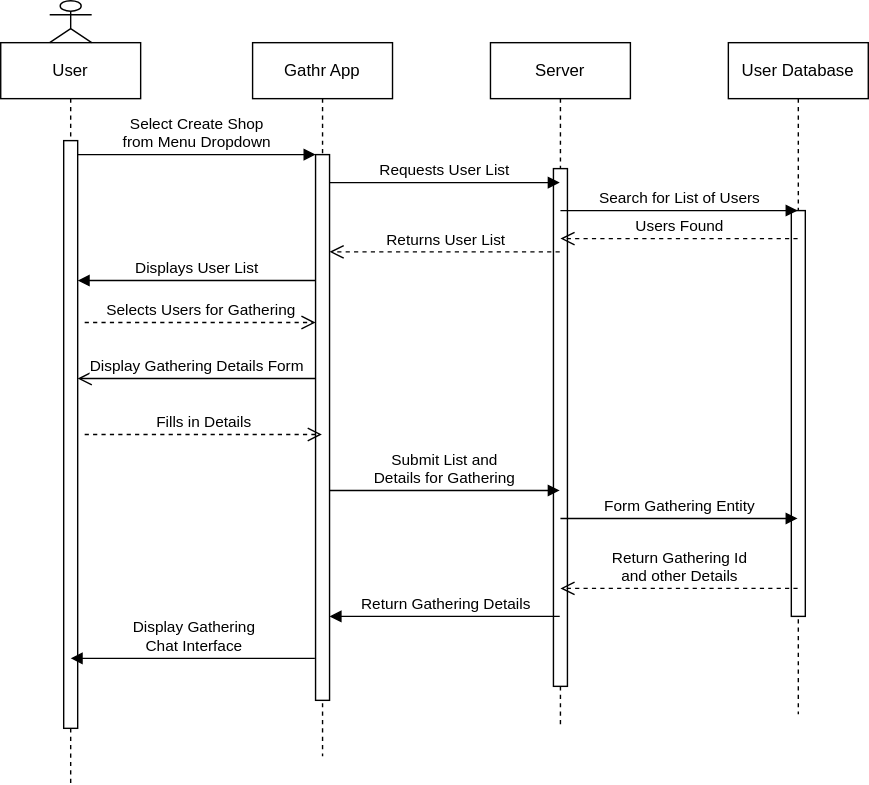
Earlier version of the draw.io export Creating a Shop Sequential Diagram.drawio.svg (Adama-merson/UML-Diagrams). Source tidied: cells renumbered, new cells last; positions are measured from the earlier drawing's top-left corner, leaving out a move shared by most shapes. Source of this version:
```xml
<mxGraphModel>
  <root>
    <mxCell id="0" />
    <mxCell id="1" parent="0" />
    <mxCell id="2" value="User" style="shape=umlLifeline;perimeter=lifelinePerimeter;whiteSpace=wrap;html=1;newEdgeStyle={&quot;edgeStyle&quot;:&quot;elbowEdgeStyle&quot;,&quot;elbow&quot;:&quot;vertical&quot;,&quot;curved&quot;:0,&quot;rounded&quot;:0};" parent="1" vertex="1">
      <mxGeometry y="30" width="100" height="530" as="geometry" />
    </mxCell>
    <mxCell id="3" style="html=1;points=[];perimeter=orthogonalPerimeter;outlineConnect=0;targetShapes=umlLifeline;portConstraint=eastwest;newEdgeStyle={&quot;edgeStyle&quot;:&quot;elbowEdgeStyle&quot;,&quot;elbow&quot;:&quot;vertical&quot;,&quot;curved&quot;:0,&quot;rounded&quot;:0};" parent="2" vertex="1">
      <mxGeometry x="45" y="70" width="10" height="420" as="geometry" />
    </mxCell>
    <mxCell id="4" value="Gathr App" style="shape=umlLifeline;perimeter=lifelinePerimeter;whiteSpace=wrap;html=1;outlineConnect=0;portConstraint=eastwest;newEdgeStyle={&quot;edgeStyle&quot;:&quot;elbowEdgeStyle&quot;,&quot;elbow&quot;:&quot;vertical&quot;,&quot;curved&quot;:0,&quot;rounded&quot;:0};" parent="1" vertex="1">
      <mxGeometry x="180" y="30" width="100" height="510" as="geometry" />
    </mxCell>
    <mxCell id="5" style="html=1;points=[];perimeter=orthogonalPerimeter;outlineConnect=0;targetShapes=umlLifeline;portConstraint=eastwest;newEdgeStyle={&quot;edgeStyle&quot;:&quot;elbowEdgeStyle&quot;,&quot;elbow&quot;:&quot;vertical&quot;,&quot;curved&quot;:0,&quot;rounded&quot;:0};" parent="4" vertex="1">
      <mxGeometry x="45" y="80" width="10" height="390" as="geometry" />
    </mxCell>
    <mxCell id="6" value="Select Create Shop &lt;br&gt;from Menu Dropdown" style="html=1;verticalAlign=bottom;endArrow=block;edgeStyle=elbowEdgeStyle;elbow=vertical;curved=0;rounded=0;" parent="1" edge="1" source="3" target="5">
      <mxGeometry relative="1" as="geometry">
        <Array as="points">
          <mxPoint x="140" y="110" />
        </Array>
      </mxGeometry>
    </mxCell>
    <mxCell id="7" value="Display Gathering Details Form" style="html=1;verticalAlign=bottom;endArrow=open;dashed=0;endSize=8;edgeStyle=elbowEdgeStyle;elbow=vertical;curved=0;rounded=0;" parent="1" edge="1" source="5" target="3">
      <mxGeometry relative="1" as="geometry">
        <Array as="points">
          <mxPoint x="150" y="270" />
        </Array>
      </mxGeometry>
    </mxCell>
    <mxCell id="8" value="Displays User List" style="html=1;verticalAlign=bottom;endArrow=block;edgeStyle=elbowEdgeStyle;elbow=vertical;curved=0;rounded=0;" parent="1" edge="1">
      <mxGeometry relative="1" as="geometry">
        <mxPoint x="225" y="200" as="sourcePoint" />
        <mxPoint x="55" y="200" as="targetPoint" />
        <Array as="points">
          <mxPoint x="150" y="200" />
        </Array>
      </mxGeometry>
    </mxCell>
    <mxCell id="9" value="Selects Users for Gathering" style="html=1;verticalAlign=bottom;endArrow=open;dashed=1;endSize=8;edgeStyle=elbowEdgeStyle;elbow=vertical;curved=0;rounded=0;" parent="1" edge="1">
      <mxGeometry relative="1" as="geometry">
        <mxPoint x="60" y="230" as="sourcePoint" />
        <mxPoint x="225" y="230" as="targetPoint" />
        <Array as="points">
          <mxPoint x="140" y="230" />
        </Array>
      </mxGeometry>
    </mxCell>
    <mxCell id="10" style="shape=umlActor;verticalLabelPosition=bottom;verticalAlign=top;html=1;" parent="1" vertex="1">
      <mxGeometry x="35" width="30" height="30" as="geometry" />
    </mxCell>
    <mxCell id="11" value="Server" style="shape=umlLifeline;perimeter=lifelinePerimeter;whiteSpace=wrap;html=1;outlineConnect=0;portConstraint=eastwest;newEdgeStyle={&quot;curved&quot;:0,&quot;rounded&quot;:0};" parent="1" vertex="1">
      <mxGeometry x="350" y="30" width="100" height="490" as="geometry" />
    </mxCell>
    <mxCell id="12" style="html=1;perimeter=orthogonalPerimeter;targetShapes=umlLifeline;newEdgeStyle={&quot;curved&quot;:0,&quot;rounded&quot;:0};" parent="11" vertex="1">
      <mxGeometry x="45" y="90" width="10" height="370" as="geometry" />
    </mxCell>
    <mxCell id="13" value="Requests User List" style="html=1;verticalAlign=bottom;endArrow=block;curved=0;rounded=0;" parent="1" edge="1">
      <mxGeometry relative="1" as="geometry">
        <mxPoint x="235" y="130" as="sourcePoint" />
        <mxPoint x="399.5" y="130" as="targetPoint" />
      </mxGeometry>
    </mxCell>
    <mxCell id="14" value="Returns User List" style="html=1;verticalAlign=bottom;endArrow=open;dashed=1;endSize=8;curved=0;rounded=0;" parent="1" edge="1">
      <mxGeometry relative="1" as="geometry">
        <mxPoint x="399.5" y="179.5" as="sourcePoint" />
        <mxPoint x="235" y="179.5" as="targetPoint" />
      </mxGeometry>
    </mxCell>
    <mxCell id="15" value="User Database" style="shape=umlLifeline;perimeter=lifelinePerimeter;whiteSpace=wrap;html=1;outlineConnect=0;portConstraint=eastwest;newEdgeStyle={&quot;curved&quot;:0,&quot;rounded&quot;:0};" parent="1" vertex="1">
      <mxGeometry x="520" y="30" width="100" height="480" as="geometry" />
    </mxCell>
    <mxCell id="16" style="html=1;perimeter=orthogonalPerimeter;targetShapes=umlLifeline;newEdgeStyle={&quot;curved&quot;:0,&quot;rounded&quot;:0};" parent="15" vertex="1">
      <mxGeometry x="45" y="120" width="10" height="290" as="geometry" />
    </mxCell>
    <mxCell id="17" value="Search for List of Users" style="html=1;verticalAlign=bottom;endArrow=block;curved=0;rounded=0;" parent="1" edge="1" target="15">
      <mxGeometry relative="1" as="geometry">
        <mxPoint x="400" y="150" as="sourcePoint" />
      </mxGeometry>
    </mxCell>
    <mxCell id="18" value="Users Found" style="html=1;verticalAlign=bottom;endArrow=open;dashed=1;endSize=8;curved=0;rounded=0;" parent="1" edge="1">
      <mxGeometry relative="1" as="geometry">
        <mxPoint x="569.5" y="170" as="sourcePoint" />
        <mxPoint x="400" y="170" as="targetPoint" />
      </mxGeometry>
    </mxCell>
    <mxCell id="19" value="Submit List and&lt;br&gt; Details for Gathering" style="html=1;verticalAlign=bottom;endArrow=block;curved=0;rounded=0;" parent="1" edge="1">
      <mxGeometry relative="1" as="geometry">
        <mxPoint x="235" y="350" as="sourcePoint" />
        <mxPoint x="399.5" y="350" as="targetPoint" />
      </mxGeometry>
    </mxCell>
    <mxCell id="20" value="Fills in Details" style="html=1;verticalAlign=bottom;endArrow=open;dashed=1;endSize=8;curved=0;rounded=0;" parent="1" edge="1" target="4">
      <mxGeometry relative="1" as="geometry">
        <mxPoint x="60" y="310" as="sourcePoint" />
      </mxGeometry>
    </mxCell>
    <mxCell id="21" value="Form Gathering Entity" style="html=1;verticalAlign=bottom;endArrow=block;curved=0;rounded=0;" parent="1" edge="1" target="15">
      <mxGeometry relative="1" as="geometry">
        <mxPoint x="400" y="370" as="sourcePoint" />
      </mxGeometry>
    </mxCell>
    <mxCell id="22" value="Return Gathering Id&lt;br&gt; and other Details" style="html=1;verticalAlign=bottom;endArrow=open;dashed=1;endSize=8;curved=0;rounded=0;" parent="1" edge="1" source="15">
      <mxGeometry relative="1" as="geometry">
        <mxPoint x="400" y="420" as="targetPoint" />
        <Array as="points">
          <mxPoint x="440" y="420" />
        </Array>
      </mxGeometry>
    </mxCell>
    <mxCell id="23" value="Return Gathering Details" style="html=1;verticalAlign=bottom;endArrow=block;curved=0;rounded=0;" parent="1" edge="1" source="11" target="5">
      <mxGeometry relative="1" as="geometry">
        <Array as="points">
          <mxPoint x="340.5" y="440" />
        </Array>
      </mxGeometry>
    </mxCell>
    <mxCell id="24" value="Display Gathering &lt;br&gt;Chat Interface" style="html=1;verticalAlign=bottom;endArrow=block;curved=0;rounded=0;" parent="1" edge="1">
      <mxGeometry relative="1" as="geometry">
        <mxPoint x="224.5" y="470" as="sourcePoint" />
        <mxPoint x="50" y="470" as="targetPoint" />
      </mxGeometry>
    </mxCell>
  </root>
</mxGraphModel>
```
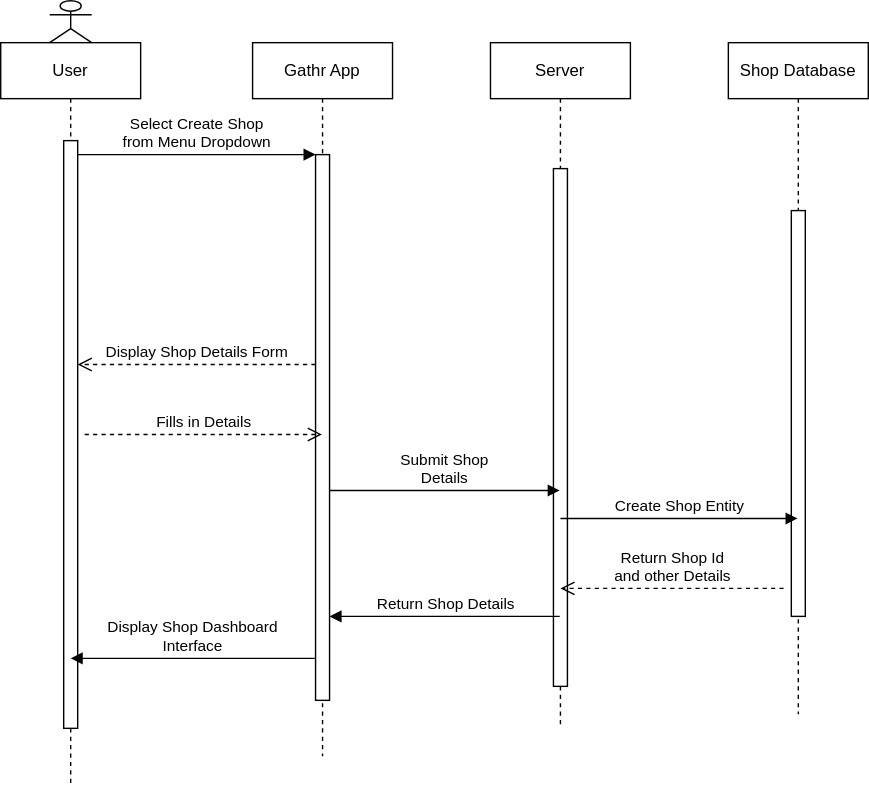
After the commit.

What changed in the source:
```diff
@@ -21,31 +21,14 @@
         </Array>
       </mxGeometry>
     </mxCell>
-    <mxCell id="7" value="Display Gathering Details Form" style="html=1;verticalAlign=bottom;endArrow=open;dashed=0;endSize=8;edgeStyle=elbowEdgeStyle;elbow=vertical;curved=0;rounded=0;" parent="1" edge="1" source="5" target="3">
+    <mxCell id="7" value="Display Shop Details Form" style="html=1;verticalAlign=bottom;endArrow=open;dashed=1;endSize=8;edgeStyle=elbowEdgeStyle;elbow=vertical;curved=0;rounded=0;" parent="1" edge="1" source="5" target="3">
       <mxGeometry relative="1" as="geometry">
         <Array as="points">
+          <mxPoint x="140" y="260" />
           <mxPoint x="150" y="270" />
         </Array>
       </mxGeometry>
     </mxCell>
-    <mxCell id="8" value="Displays User List" style="html=1;verticalAlign=bottom;endArrow=block;edgeStyle=elbowEdgeStyle;elbow=vertical;curved=0;rounded=0;" parent="1" edge="1">
-      <mxGeometry relative="1" as="geometry">
-        <mxPoint x="225" y="200" as="sourcePoint" />
-        <mxPoint x="55" y="200" as="targetPoint" />
-        <Array as="points">
-          <mxPoint x="150" y="200" />
-        </Array>
-      </mxGeometry>
-    </mxCell>
-    <mxCell id="9" value="Selects Users for Gathering" style="html=1;verticalAlign=bottom;endArrow=open;dashed=1;endSize=8;edgeStyle=elbowEdgeStyle;elbow=vertical;curved=0;rounded=0;" parent="1" edge="1">
-      <mxGeometry relative="1" as="geometry">
-        <mxPoint x="60" y="230" as="sourcePoint" />
-        <mxPoint x="225" y="230" as="targetPoint" />
-        <Array as="points">
-          <mxPoint x="140" y="230" />
-        </Array>
-      </mxGeometry>
-    </mxCell>
     <mxCell id="10" style="shape=umlActor;verticalLabelPosition=bottom;verticalAlign=top;html=1;" parent="1" vertex="1">
       <mxGeometry x="35" width="30" height="30" as="geometry" />
     </mxCell>
@@ -55,36 +38,13 @@
     <mxCell id="12" style="html=1;perimeter=orthogonalPerimeter;targetShapes=umlLifeline;newEdgeStyle={&quot;curved&quot;:0,&quot;rounded&quot;:0};" parent="11" vertex="1">
       <mxGeometry x="45" y="90" width="10" height="370" as="geometry" />
     </mxCell>
-    <mxCell id="13" value="Requests User List" style="html=1;verticalAlign=bottom;endArrow=block;curved=0;rounded=0;" parent="1" edge="1">
-      <mxGeometry relative="1" as="geometry">
-        <mxPoint x="235" y="130" as="sourcePoint" />
-        <mxPoint x="399.5" y="130" as="targetPoint" />
-      </mxGeometry>
-    </mxCell>
-    <mxCell id="14" value="Returns User List" style="html=1;verticalAlign=bottom;endArrow=open;dashed=1;endSize=8;curved=0;rounded=0;" parent="1" edge="1">
-      <mxGeometry relative="1" as="geometry">
-        <mxPoint x="399.5" y="179.5" as="sourcePoint" />
-        <mxPoint x="235" y="179.5" as="targetPoint" />
-      </mxGeometry>
-    </mxCell>
-    <mxCell id="15" value="User Database" style="shape=umlLifeline;perimeter=lifelinePerimeter;whiteSpace=wrap;html=1;outlineConnect=0;portConstraint=eastwest;newEdgeStyle={&quot;curved&quot;:0,&quot;rounded&quot;:0};" parent="1" vertex="1">
+    <mxCell id="15" value="Shop Database" style="shape=umlLifeline;perimeter=lifelinePerimeter;whiteSpace=wrap;html=1;outlineConnect=0;portConstraint=eastwest;newEdgeStyle={&quot;curved&quot;:0,&quot;rounded&quot;:0};" parent="1" vertex="1">
       <mxGeometry x="520" y="30" width="100" height="480" as="geometry" />
     </mxCell>
     <mxCell id="16" style="html=1;perimeter=orthogonalPerimeter;targetShapes=umlLifeline;newEdgeStyle={&quot;curved&quot;:0,&quot;rounded&quot;:0};" parent="15" vertex="1">
       <mxGeometry x="45" y="120" width="10" height="290" as="geometry" />
     </mxCell>
-    <mxCell id="17" value="Search for List of Users" style="html=1;verticalAlign=bottom;endArrow=block;curved=0;rounded=0;" parent="1" edge="1" target="15">
-      <mxGeometry relative="1" as="geometry">
-        <mxPoint x="400" y="150" as="sourcePoint" />
-      </mxGeometry>
-    </mxCell>
-    <mxCell id="18" value="Users Found" style="html=1;verticalAlign=bottom;endArrow=open;dashed=1;endSize=8;curved=0;rounded=0;" parent="1" edge="1">
-      <mxGeometry relative="1" as="geometry">
-        <mxPoint x="569.5" y="170" as="sourcePoint" />
-        <mxPoint x="400" y="170" as="targetPoint" />
-      </mxGeometry>
-    </mxCell>
-    <mxCell id="19" value="Submit List and&lt;br&gt; Details for Gathering" style="html=1;verticalAlign=bottom;endArrow=block;curved=0;rounded=0;" parent="1" edge="1">
+    <mxCell id="19" value="Submit Shop &lt;br&gt;Details " style="html=1;verticalAlign=bottom;endArrow=block;curved=0;rounded=0;" parent="1" edge="1">
       <mxGeometry relative="1" as="geometry">
         <mxPoint x="235" y="350" as="sourcePoint" />
         <mxPoint x="399.5" y="350" as="targetPoint" />
@@ -95,27 +55,28 @@
         <mxPoint x="60" y="310" as="sourcePoint" />
       </mxGeometry>
     </mxCell>
-    <mxCell id="21" value="Form Gathering Entity" style="html=1;verticalAlign=bottom;endArrow=block;curved=0;rounded=0;" parent="1" edge="1" target="15">
+    <mxCell id="21" value="Create Shop Entity" style="html=1;verticalAlign=bottom;endArrow=block;curved=0;rounded=0;" parent="1" edge="1" target="15">
       <mxGeometry relative="1" as="geometry">
         <mxPoint x="400" y="370" as="sourcePoint" />
       </mxGeometry>
     </mxCell>
-    <mxCell id="22" value="Return Gathering Id&lt;br&gt; and other Details" style="html=1;verticalAlign=bottom;endArrow=open;dashed=1;endSize=8;curved=0;rounded=0;" parent="1" edge="1" source="15">
+    <mxCell id="22" value="Return Shop Id&lt;br&gt; and other Details" style="html=1;verticalAlign=bottom;endArrow=open;dashed=1;endSize=8;curved=0;rounded=0;" parent="1" edge="1">
       <mxGeometry relative="1" as="geometry">
+        <mxPoint x="559.5" y="420" as="sourcePoint" />
         <mxPoint x="400" y="420" as="targetPoint" />
         <Array as="points">
-          <mxPoint x="440" y="420" />
+          <mxPoint x="430" y="420" />
         </Array>
       </mxGeometry>
     </mxCell>
-    <mxCell id="23" value="Return Gathering Details" style="html=1;verticalAlign=bottom;endArrow=block;curved=0;rounded=0;" parent="1" edge="1" source="11" target="5">
+    <mxCell id="23" value="Return Shop Details" style="html=1;verticalAlign=bottom;endArrow=block;curved=0;rounded=0;" parent="1" edge="1" source="11" target="5">
       <mxGeometry relative="1" as="geometry">
         <Array as="points">
           <mxPoint x="340.5" y="440" />
         </Array>
       </mxGeometry>
     </mxCell>
-    <mxCell id="24" value="Display Gathering &lt;br&gt;Chat Interface" style="html=1;verticalAlign=bottom;endArrow=block;curved=0;rounded=0;" parent="1" edge="1">
+    <mxCell id="24" value="Display Shop Dashboard&lt;br&gt; Interface" style="html=1;verticalAlign=bottom;endArrow=block;curved=0;rounded=0;" parent="1" edge="1">
       <mxGeometry relative="1" as="geometry">
         <mxPoint x="224.5" y="470" as="sourcePoint" />
         <mxPoint x="50" y="470" as="targetPoint" />
```
